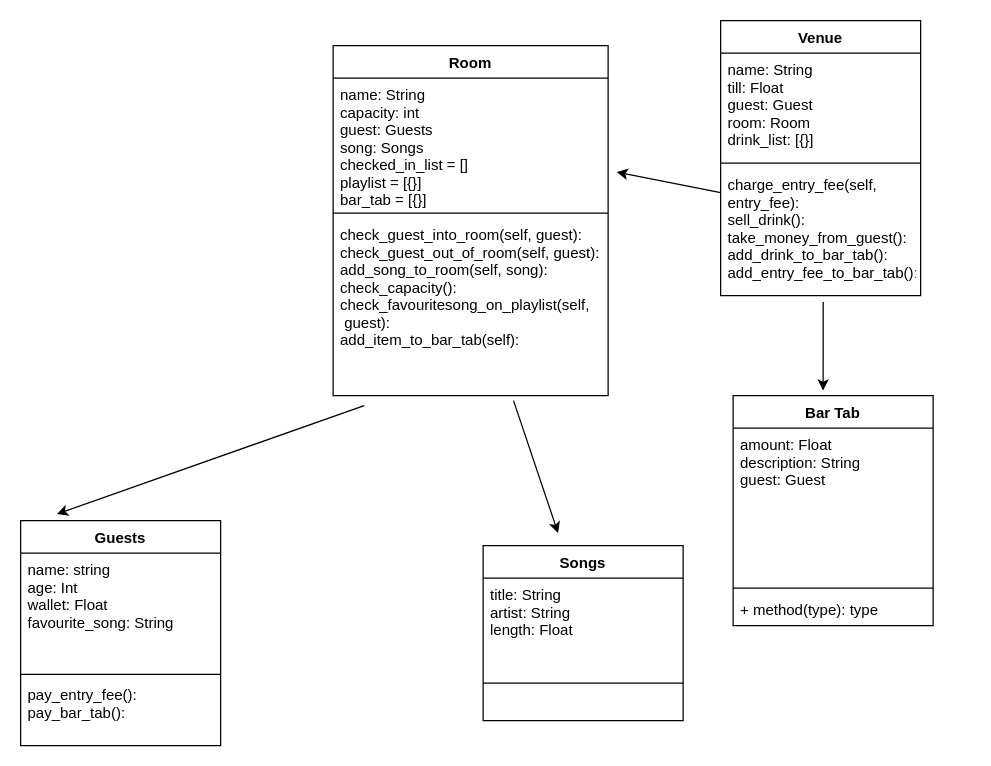
Before: Weekend2_homework.drawio in emmDevs/weekend2_homework, a draw.io diagram. Source tidied: cells renumbered, new cells numbered last; positions are measured from the earlier drawing's top-left corner, leaving out a move shared by most shapes. Both pictures are drawn from the tidied source at 125%, with x=0, y=0 at pixel (20, 20).
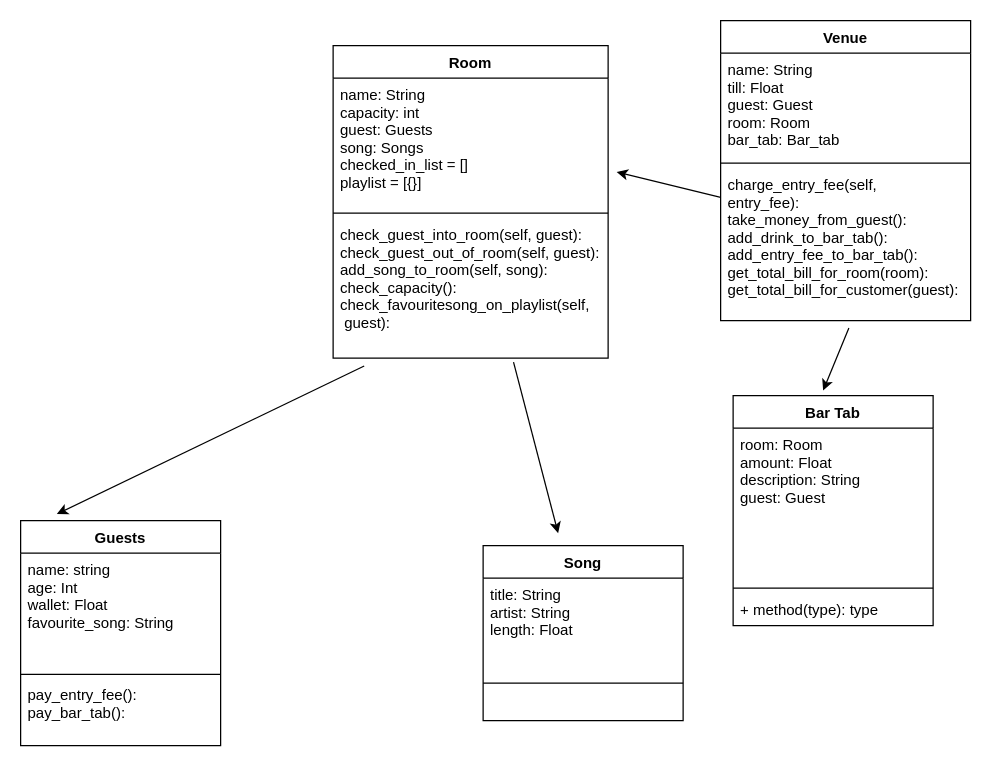
The same diagram, later.

The change refers to these unchanged cells:
```xml
<mxCell id="17" value="Bar Tab" style="swimlane;fontStyle=1;align=center;verticalAlign=top;horizontal=1;startSize=26;" parent="1" vertex="1">
  <mxGeometry x="570" y="300" width="160" height="184" as="geometry" />
</mxCell>
```

Change to the diagram source:
```diff
@@
     <mxCell id="5" value="Venue" style="swimlane;fontStyle=1;align=center;verticalAlign=top;horizontal=1;startSize=26;" parent="1" vertex="1">
-      <mxGeometry x="560" width="160" height="220" as="geometry" />
+      <mxGeometry x="560" width="200" height="240" as="geometry" />
     </mxCell>
-    <mxCell id="6" value="name: String&#10;till: Float&#10;guest: Guest&#10;room: Room&#10;drink_list: [{}]" style="text;strokeColor=none;fillColor=none;align=left;verticalAlign=top;spacingLeft=4;spacingRight=4;overflow=hidden;" parent="5" vertex="1">
-      <mxGeometry y="26" width="160" height="84" as="geometry" />
+    <mxCell id="6" value="name: String&#10;till: Float&#10;guest: Guest&#10;room: Room&#10;bar_tab: Bar_tab" style="text;strokeColor=none;fillColor=none;align=left;verticalAlign=top;spacingLeft=4;spacingRight=4;overflow=hidden;" parent="5" vertex="1">
+      <mxGeometry y="26" width="200" height="84" as="geometry" />
     </mxCell>
     <mxCell id="7" style="line;strokeWidth=1;fillColor=none;align=left;verticalAlign=middle;spacingTop=-1;spacingLeft=3;spacingRight=3;labelPosition=right;" parent="5" vertex="1">
-      <mxGeometry y="110" width="160" height="8" as="geometry" />
+      <mxGeometry y="110" width="200" height="8" as="geometry" />
     </mxCell>
-    <mxCell id="8" value="charge_entry_fee(self, &#10;entry_fee):&#10;sell_drink():&#10;take_money_from_guest():&#10;add_drink_to_bar_tab():&#10;add_entry_fee_to_bar_tab():" style="text;strokeColor=none;fillColor=none;align=left;verticalAlign=top;spacingLeft=4;spacingRight=4;overflow=hidden;points=[[0,0.5],[1,0.5]];portConstraint=eastwest;" parent="5" vertex="1">
-      <mxGeometry y="118" width="160" height="102" as="geometry" />
+    <mxCell id="8" value="charge_entry_fee(self, &#10;entry_fee):&#10;take_money_from_guest():&#10;add_drink_to_bar_tab():&#10;add_entry_fee_to_bar_tab():&#10;get_total_bill_for_room(room):&#10;get_total_bill_for_customer(guest):" style="text;strokeColor=none;fillColor=none;align=left;verticalAlign=top;spacingLeft=4;spacingRight=4;overflow=hidden;points=[[0,0.5],[1,0.5]];portConstraint=eastwest;" parent="5" vertex="1">
+      <mxGeometry y="118" width="200" height="122" as="geometry" />
     </mxCell>
     <mxCell id="9" value="Room" style="swimlane;fontStyle=1;align=center;verticalAlign=top;horizontal=1;startSize=26;" parent="1" vertex="1">
-      <mxGeometry x="250" y="20" width="220" height="280" as="geometry" />
+      <mxGeometry x="250" y="20" width="220" height="250" as="geometry" />
     </mxCell>
-    <mxCell id="10" value="name: String&#10;capacity: int&#10;guest: Guests&#10;song: Songs&#10;checked_in_list = []&#10;playlist = [{}]&#10;bar_tab = [{}]" style="text;strokeColor=none;fillColor=none;align=left;verticalAlign=top;spacingLeft=4;spacingRight=4;overflow=hidden;points=[[0,0.5],[1,0.5]];portConstraint=eastwest;" parent="9" vertex="1">
+    <mxCell id="10" value="name: String&#10;capacity: int&#10;guest: Guests&#10;song: Songs&#10;checked_in_list = []&#10;playlist = [{}]&#10;" style="text;strokeColor=none;fillColor=none;align=left;verticalAlign=top;spacingLeft=4;spacingRight=4;overflow=hidden;points=[[0,0.5],[1,0.5]];portConstraint=eastwest;" parent="9" vertex="1">
       <mxGeometry y="26" width="220" height="104" as="geometry" />
     </mxCell>
@@
-    <mxCell id="12" value="check_guest_into_room(self, guest):&#10;check_guest_out_of_room(self, guest):&#10;add_song_to_room(self, song):&#10;check_capacity():&#10;check_favouritesong_on_playlist(self,&#10; guest):&#10;add_item_to_bar_tab(self):" style="text;strokeColor=none;fillColor=none;align=left;verticalAlign=top;spacingLeft=4;spacingRight=4;overflow=hidden;points=[[0,0.5],[1,0.5]];portConstraint=eastwest;" parent="9" vertex="1">
-      <mxGeometry y="138" width="220" height="142" as="geometry" />
+    <mxCell id="12" value="check_guest_into_room(self, guest):&#10;check_guest_out_of_room(self, guest):&#10;add_song_to_room(self, song):&#10;check_capacity():&#10;check_favouritesong_on_playlist(self,&#10; guest):&#10;" style="text;strokeColor=none;fillColor=none;align=left;verticalAlign=top;spacingLeft=4;spacingRight=4;overflow=hidden;points=[[0,0.5],[1,0.5]];portConstraint=eastwest;" parent="9" vertex="1">
+      <mxGeometry y="138" width="220" height="112" as="geometry" />
     </mxCell>
@@
-    <mxCell id="18" value="amount: Float&#10;description: String&#10;guest: Guest&#10;" style="text;strokeColor=none;fillColor=none;align=left;verticalAlign=top;spacingLeft=4;spacingRight=4;overflow=hidden;" parent="17" vertex="1">
+    <mxCell id="18" value="room: Room&#10;amount: Float&#10;description: String&#10;guest: Guest&#10;" style="text;strokeColor=none;fillColor=none;align=left;verticalAlign=top;spacingLeft=4;spacingRight=4;overflow=hidden;" parent="17" vertex="1">
       <mxGeometry y="26" width="160" height="124" as="geometry" />
     </mxCell>
@@
-    <mxCell id="22" value="Songs" style="swimlane;fontStyle=1;align=center;verticalAlign=top;horizontal=1;startSize=26;" parent="1" vertex="1">
+    <mxCell id="22" value="Song" style="swimlane;fontStyle=1;align=center;verticalAlign=top;horizontal=1;startSize=26;" parent="1" vertex="1">
       <mxGeometry x="370" y="420" width="160" height="140" as="geometry" />
     </mxCell>
```
